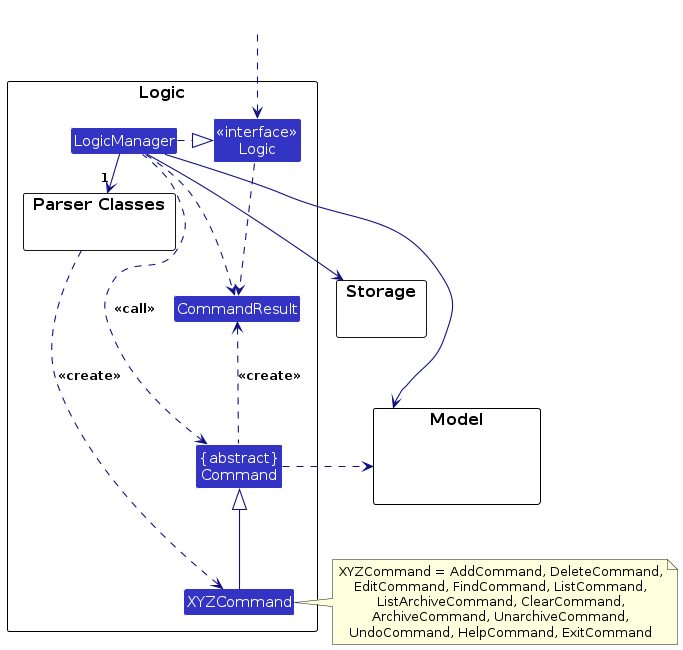
This is diagrams/LogicClassDiagram.png from AY2526S2-CS2103T-W13-2/tp, a PlantUML export, as it was before one commit. Its source is kept beside it as diagrams/LogicClassDiagram.puml.
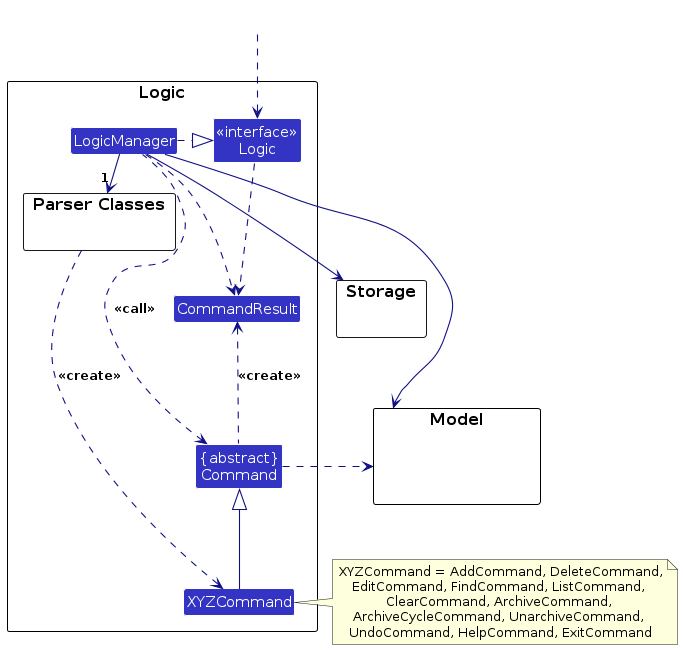
After the commit.

Change to the diagram source:
```diff
@@ -39,7 +39,7 @@
 Storage --[hidden] Model
 Command .[hidden]up.> Storage
 Command .right.> Model
-note right of XYZCommand: XYZCommand = AddCommand, DeleteCommand,\nEditCommand, FindCommand, ListCommand,\nListArchiveCommand, ClearCommand,\nArchiveCommand, UnarchiveCommand,\nUndoCommand, HelpCommand, ExitCommand
+note right of XYZCommand: XYZCommand = AddCommand, DeleteCommand,\nEditCommand, FindCommand, ListCommand, \nClearCommand, ArchiveCommand, \nArchiveCycleCommand, UnarchiveCommand, \nUndoCommand, HelpCommand, ExitCommand
 
 Logic ..> CommandResult
 LogicManager .down.> CommandResult
```
